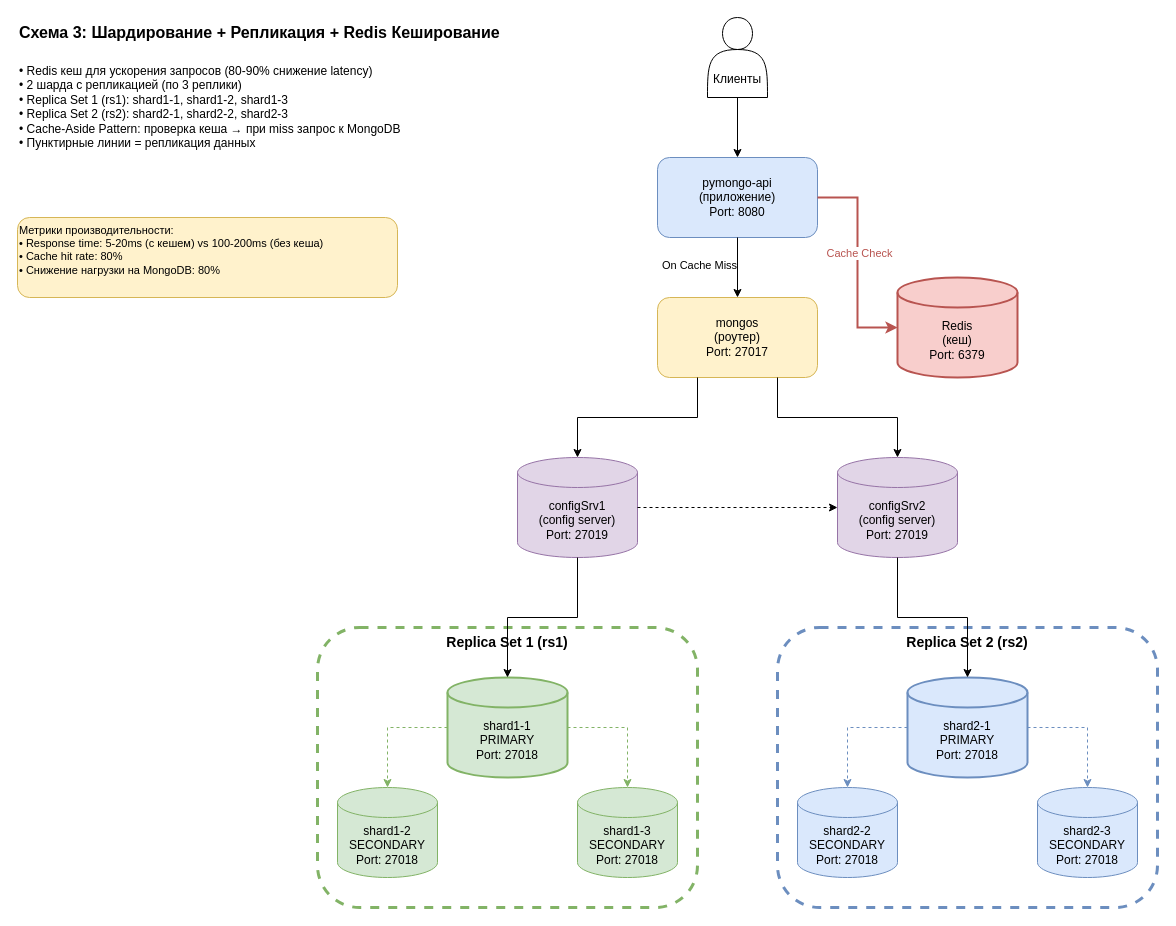
Above: task1/task1_schema3_caching.drawio in vgarmash/swa-21_architecture-pro-black_friday-sprint4 (draw.io), before the change. Source tidied: cells renumbered, new cells numbered last; positions are measured from the earlier drawing's top-left corner, leaving out a move shared by most shapes. Both pictures are drawn from the tidied source at 100%, with x=0, y=0 at pixel (17, 17).
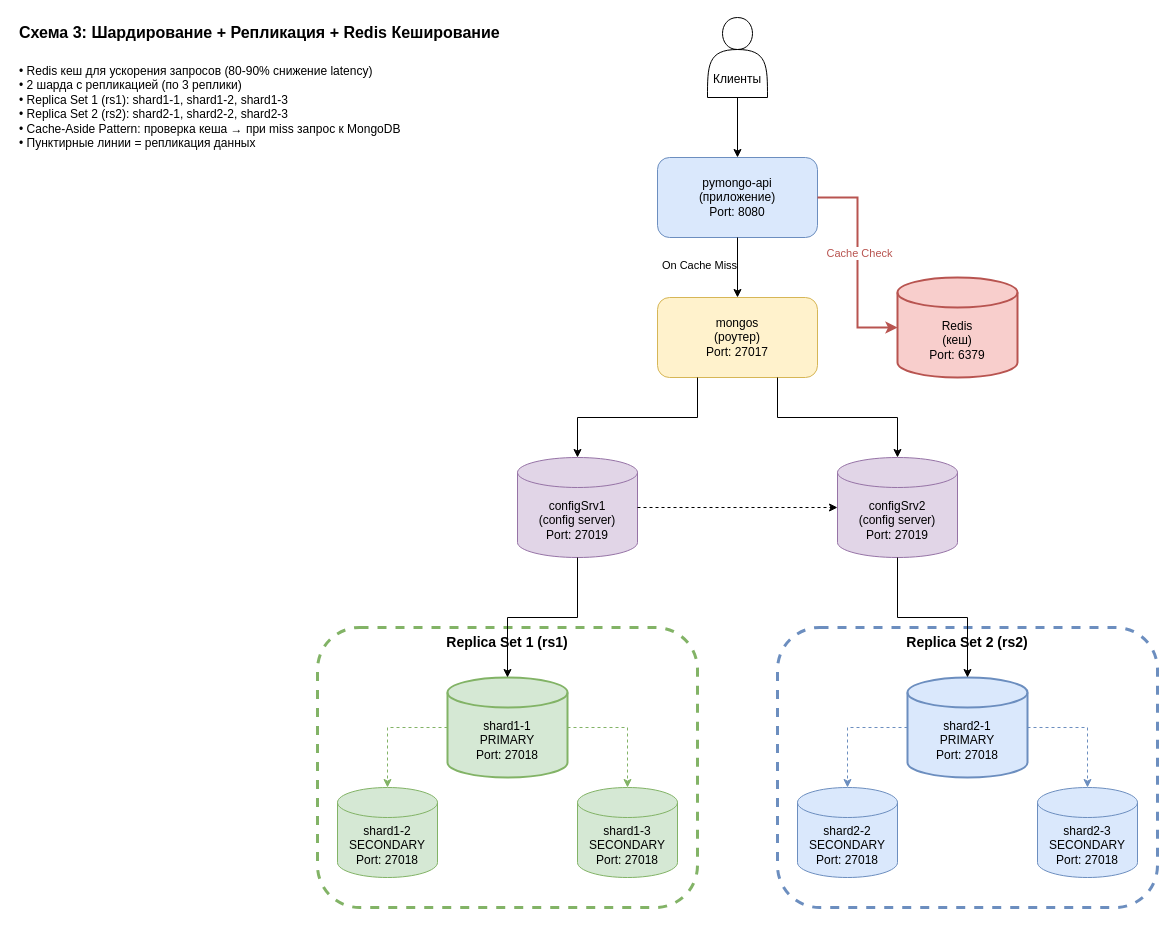
Above is the later version.

Change to the diagram source:
```diff
@@
-    <mxCell id="32" value="Метрики производительности:&#10;• Response time: 5-20ms (с кешем) vs 100-200ms (без кеша)&#10;• Cache hit rate: 80%&#10;• Снижение нагрузки на MongoDB: 80%" style="rounded=1;whiteSpace=wrap;html=1;fillColor=#fff2cc;strokeColor=#d6b656;align=left;verticalAlign=top;fontSize=11;" parent="1" vertex="1">
-      <mxGeometry y="200" width="380" height="80" as="geometry" />
-    </mxCell>
```
